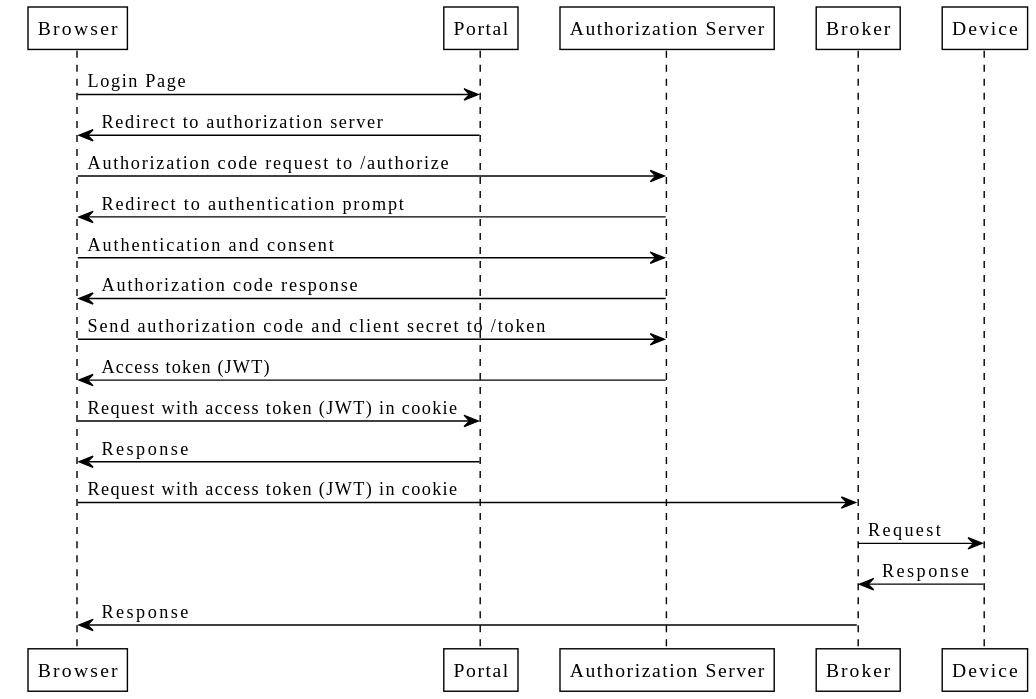
mathias-muench/OauthTut keeps this PlantUML diagram as flow.svg. Above is the earlier version.
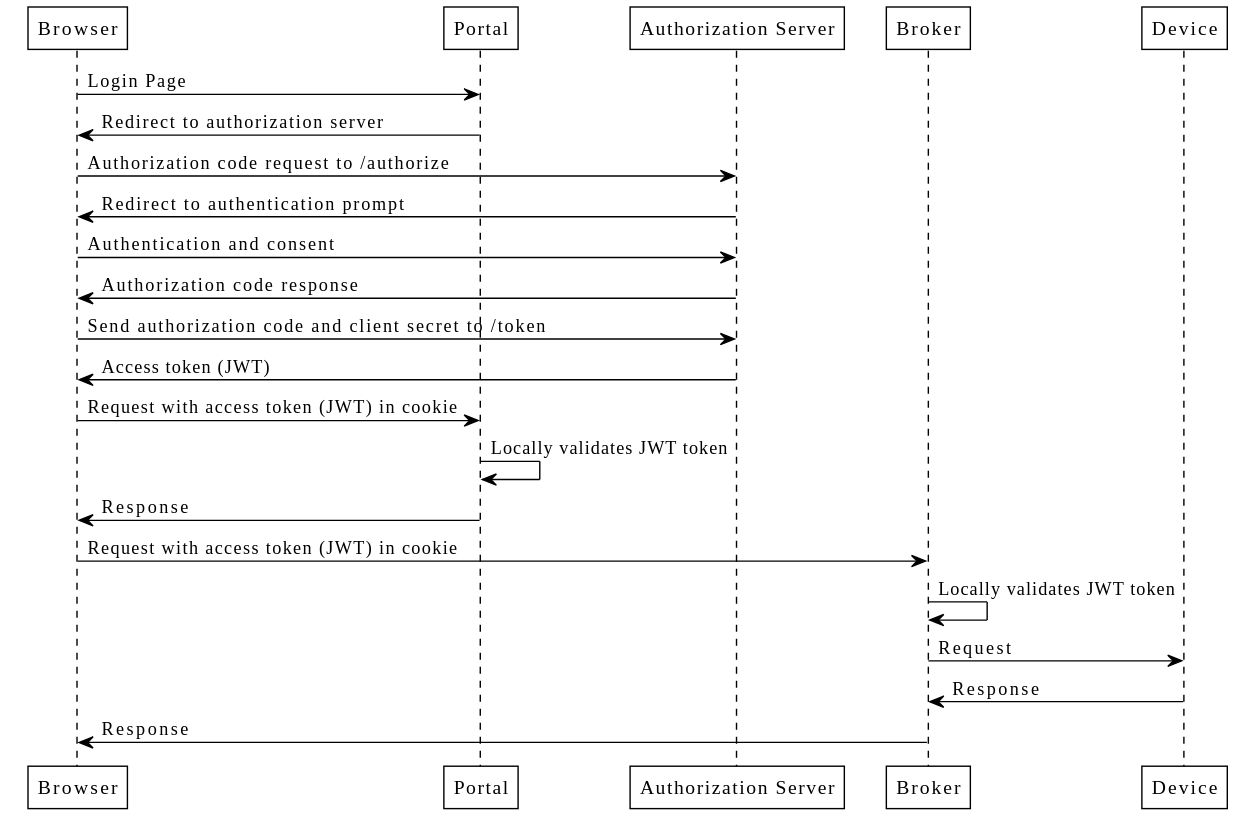
Above is the later version.

Change to the diagram source:
```diff
@@ -11,8 +11,10 @@
 Browser -> "Authorization Server" : Send authorization code and client secret to /token
 Browser <- "Authorization Server" : Access token (JWT)
 Browser -> Portal : Request with access token (JWT) in cookie
+Portal -> Portal: Locally validates JWT token
 Browser <- Portal : Response
 Browser -> Broker : Request with access token (JWT) in cookie
+Broker -> Broker: Locally validates JWT token
 Broker -> Device : Request
 Broker <- Device : Response
 Browser <- Broker : Response
```
